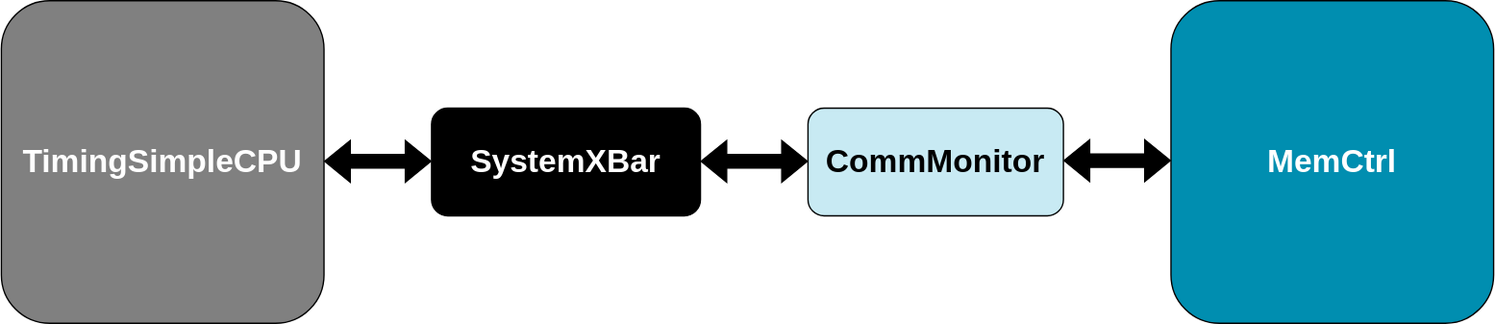
Above: web/slides/02-Using-gem5/06-memory-imgs/comm-monitor-1.drawio.svg in huydinhtran/gem5-2024-bootcamp (draw.io), before the change. Source tidied: cells renumbered, new cells last; positions are measured from the earlier drawing's top-left corner, leaving out a move shared by most shapes. Source of this version:
```xml
<mxGraphModel>
  <root>
    <mxCell id="0" />
    <mxCell id="1" parent="0" />
    <mxCell id="2" value="TimingSimpleCPU" style="rounded=1;whiteSpace=wrap;html=1;fontSize=24;fontStyle=1;fillColor=#808080;fontColor=#FFFFFF;" parent="1" vertex="1">
      <mxGeometry width="240" height="240" as="geometry" />
    </mxCell>
    <mxCell id="3" value="SystemXBar" style="rounded=1;whiteSpace=wrap;html=1;fontSize=24;fontStyle=1;fillColor=#000000;fontColor=#FFFFFF;" parent="1" vertex="1">
      <mxGeometry x="320" y="80" width="200" height="80" as="geometry" />
    </mxCell>
    <mxCell id="4" value="MemCtrl" style="rounded=1;whiteSpace=wrap;html=1;fontSize=24;fontStyle=1;fillColor=#008EB0;fontColor=#FFFFFF;" parent="1" vertex="1">
      <mxGeometry x="870" width="240" height="240" as="geometry" />
    </mxCell>
    <mxCell id="5" style="shape=flexArrow;endArrow=classic;startArrow=classic;html=1;rounded=0;strokeColor=#000000;fillColor=#000000;" parent="1" edge="1">
      <mxGeometry relative="1" as="geometry">
        <mxPoint x="240" y="119.5" as="sourcePoint" />
        <mxPoint x="320" y="119.5" as="targetPoint" />
      </mxGeometry>
    </mxCell>
    <mxCell id="6" style="shape=flexArrow;endArrow=classic;startArrow=classic;html=1;rounded=0;strokeColor=#000000;fillColor=#000000;" parent="1" edge="1">
      <mxGeometry relative="1" as="geometry">
        <mxPoint x="520" y="119.5" as="sourcePoint" />
        <mxPoint x="600" y="119.5" as="targetPoint" />
      </mxGeometry>
    </mxCell>
    <mxCell id="7" value="CommMonitor" style="rounded=1;whiteSpace=wrap;html=1;fontSize=24;fontStyle=1;fillColor=#C8EAF3;fontColor=#000000;" parent="1" vertex="1">
      <mxGeometry x="600" y="80" width="190" height="80" as="geometry" />
    </mxCell>
    <mxCell id="8" style="shape=flexArrow;endArrow=classic;startArrow=classic;html=1;rounded=0;strokeColor=#000000;fillColor=#000000;" parent="1" edge="1">
      <mxGeometry relative="1" as="geometry">
        <mxPoint x="790" y="119" as="sourcePoint" />
        <mxPoint x="870" y="119" as="targetPoint" />
      </mxGeometry>
    </mxCell>
  </root>
</mxGraphModel>
```
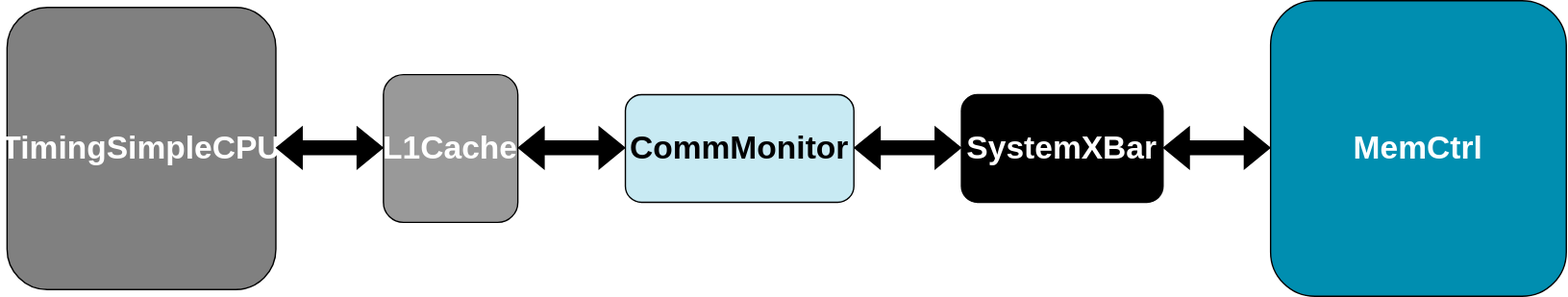
The same diagram one commit later.

Change to the diagram source:
```diff
@@ -3,34 +3,43 @@
     <mxCell id="0" />
     <mxCell id="1" parent="0" />
     <mxCell id="2" value="TimingSimpleCPU" style="rounded=1;whiteSpace=wrap;html=1;fontSize=24;fontStyle=1;fillColor=#808080;fontColor=#FFFFFF;" parent="1" vertex="1">
-      <mxGeometry width="240" height="240" as="geometry" />
+      <mxGeometry y="15" width="200" height="210" as="geometry" />
     </mxCell>
     <mxCell id="3" value="SystemXBar" style="rounded=1;whiteSpace=wrap;html=1;fontSize=24;fontStyle=1;fillColor=#000000;fontColor=#FFFFFF;" parent="1" vertex="1">
-      <mxGeometry x="320" y="80" width="200" height="80" as="geometry" />
+      <mxGeometry x="710" y="80" width="150" height="80" as="geometry" />
     </mxCell>
     <mxCell id="4" value="MemCtrl" style="rounded=1;whiteSpace=wrap;html=1;fontSize=24;fontStyle=1;fillColor=#008EB0;fontColor=#FFFFFF;" parent="1" vertex="1">
-      <mxGeometry x="870" width="240" height="240" as="geometry" />
+      <mxGeometry x="940" y="10" width="220" height="220" as="geometry" />
     </mxCell>
     <mxCell id="5" style="shape=flexArrow;endArrow=classic;startArrow=classic;html=1;rounded=0;strokeColor=#000000;fillColor=#000000;" parent="1" edge="1">
       <mxGeometry relative="1" as="geometry">
-        <mxPoint x="240" y="119.5" as="sourcePoint" />
-        <mxPoint x="320" y="119.5" as="targetPoint" />
+        <mxPoint x="200" y="119.5" as="sourcePoint" />
+        <mxPoint x="280" y="119.5" as="targetPoint" />
       </mxGeometry>
     </mxCell>
     <mxCell id="6" style="shape=flexArrow;endArrow=classic;startArrow=classic;html=1;rounded=0;strokeColor=#000000;fillColor=#000000;" parent="1" edge="1">
       <mxGeometry relative="1" as="geometry">
-        <mxPoint x="520" y="119.5" as="sourcePoint" />
-        <mxPoint x="600" y="119.5" as="targetPoint" />
+        <mxPoint x="630" y="119.5" as="sourcePoint" />
+        <mxPoint x="710" y="119.5" as="targetPoint" />
       </mxGeometry>
     </mxCell>
     <mxCell id="7" value="CommMonitor" style="rounded=1;whiteSpace=wrap;html=1;fontSize=24;fontStyle=1;fillColor=#C8EAF3;fontColor=#000000;" parent="1" vertex="1">
-      <mxGeometry x="600" y="80" width="190" height="80" as="geometry" />
+      <mxGeometry x="460" y="80" width="170" height="80" as="geometry" />
     </mxCell>
     <mxCell id="8" style="shape=flexArrow;endArrow=classic;startArrow=classic;html=1;rounded=0;strokeColor=#000000;fillColor=#000000;" parent="1" edge="1">
       <mxGeometry relative="1" as="geometry">
-        <mxPoint x="790" y="119" as="sourcePoint" />
-        <mxPoint x="870" y="119" as="targetPoint" />
+        <mxPoint x="860" y="119.5" as="sourcePoint" />
+        <mxPoint x="940" y="119.5" as="targetPoint" />
       </mxGeometry>
     </mxCell>
+    <mxCell id="9" value="L1Cache" style="rounded=1;whiteSpace=wrap;html=1;fontSize=24;fontStyle=1;fillColor=#999999;fontColor=#FFFFFF;" parent="1" vertex="1">
+      <mxGeometry x="280" y="65" width="100" height="110" as="geometry" />
+    </mxCell>
+    <mxCell id="10" style="shape=flexArrow;endArrow=classic;startArrow=classic;html=1;rounded=0;strokeColor=#000000;fillColor=#000000;" parent="1" edge="1">
+      <mxGeometry relative="1" as="geometry">
+        <mxPoint x="380" y="119.5" as="sourcePoint" />
+        <mxPoint x="460" y="119.5" as="targetPoint" />
+      </mxGeometry>
+    </mxCell>
   </root>
 </mxGraphModel>
```
